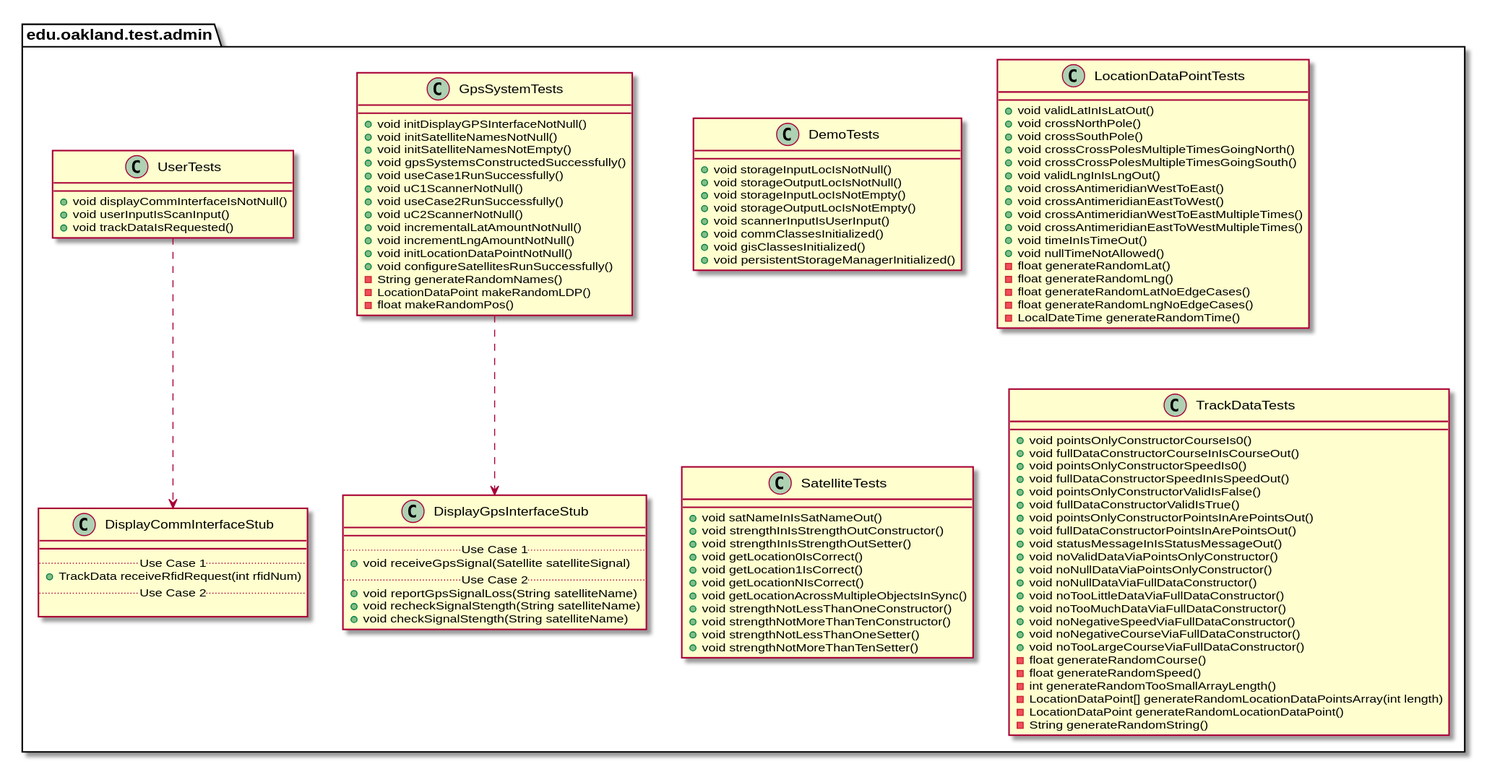
casher-ou/csi-3370-software-project keeps this PlantUML diagram as docs/uml-class-diagrams/admin/test/AdminTestPackage_InternalDependencies.svg. Above is the earlier version.
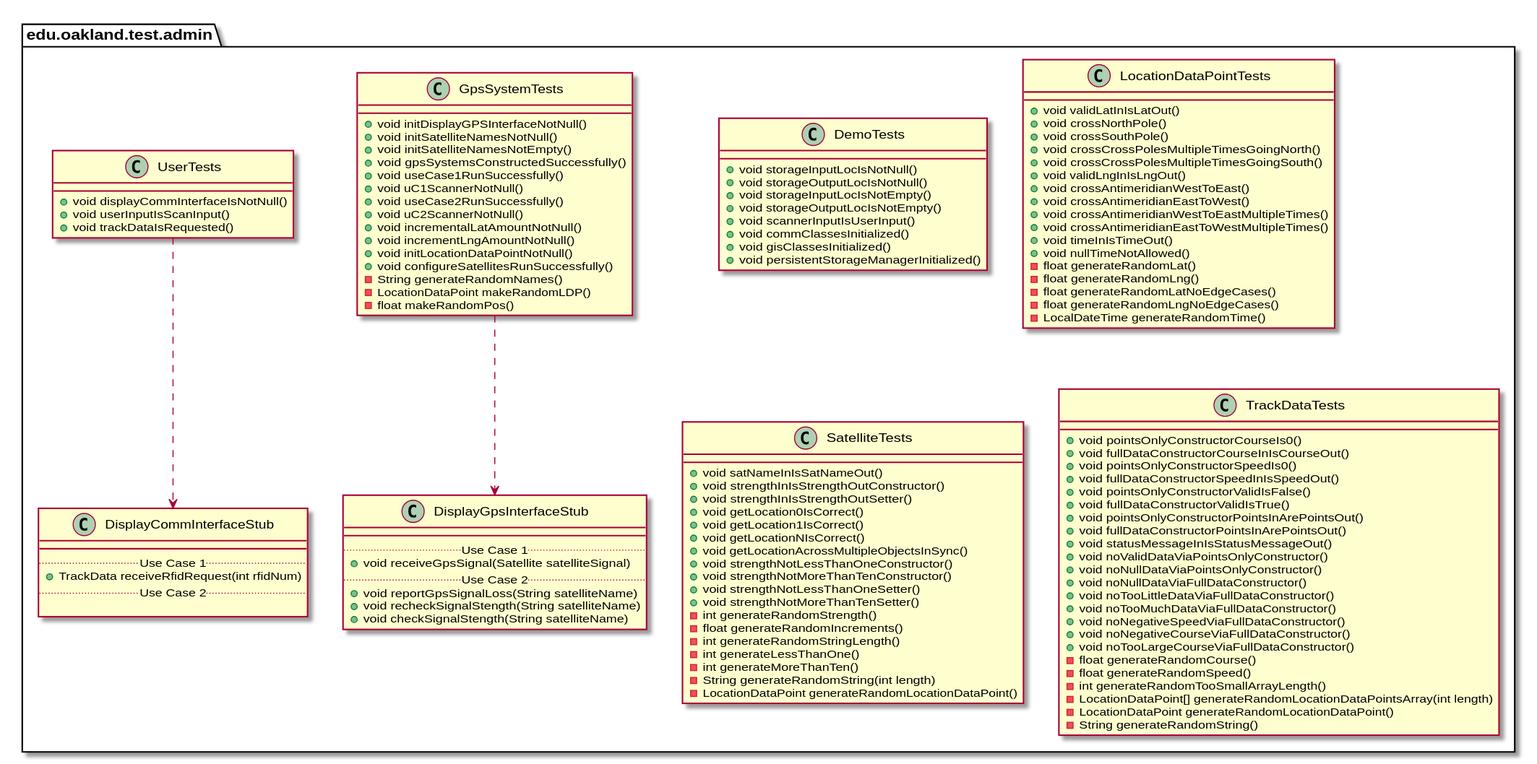
The same diagram one commit later.

What changed in the source:
```diff
@@ -113,6 +113,13 @@
        + void strengthNotMoreThanTenConstructor()
        + void strengthNotLessThanOneSetter()
        + void strengthNotMoreThanTenSetter()
+       - int generateRandomStrength()
+       - float generateRandomIncrements()
+       - int generateRandomStringLength()
+       - int generateLessThanOne()
+       - int generateMoreThanTen()
+       - String generateRandomString(int length)
+       - LocationDataPoint generateRandomLocationDataPoint()
     }
 }
 
```
